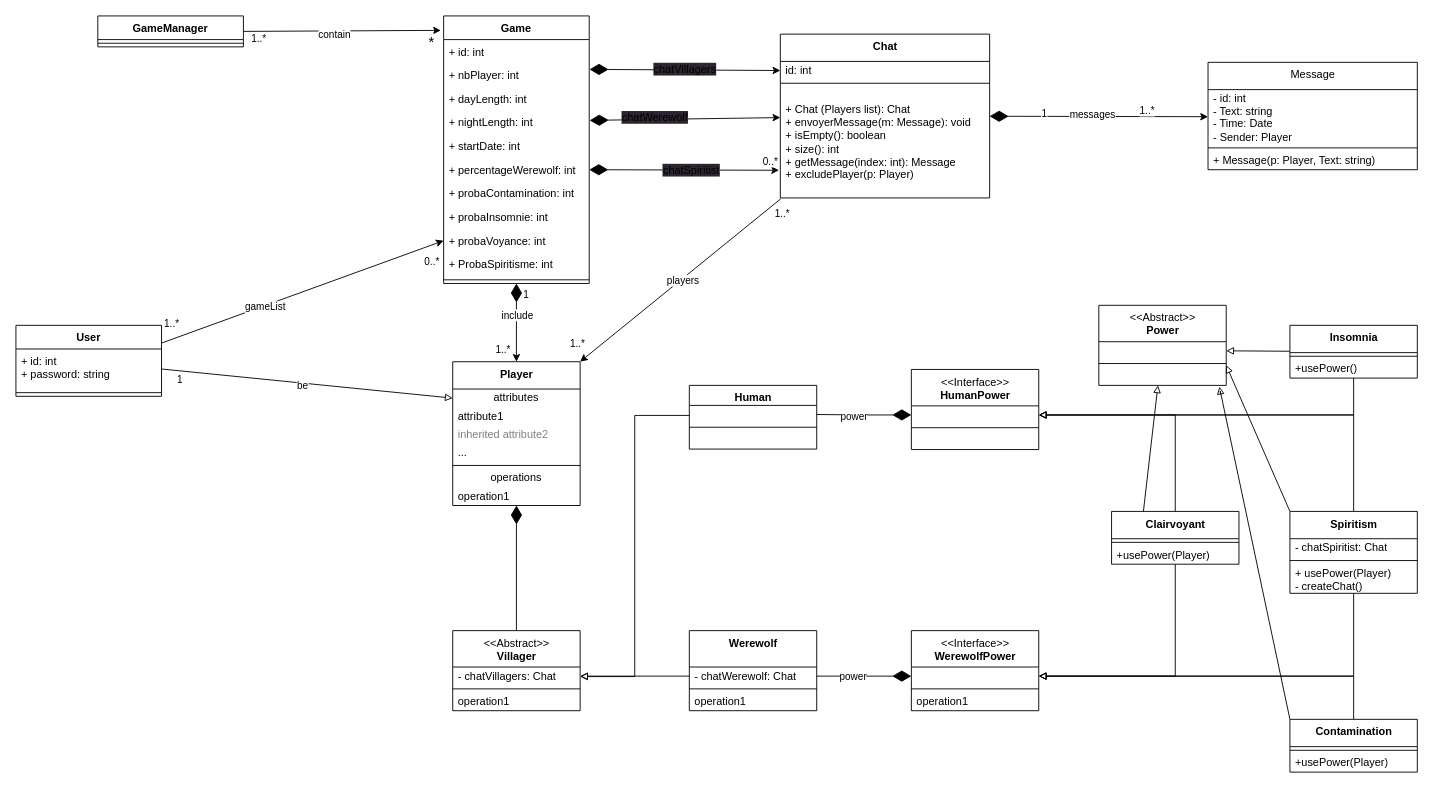
Before: documentation/server/diagramme_de_classes_jeu.drawio in gfhuth/werewolf, a draw.io diagram. Source tidied: cells renumbered, new cells numbered last; positions are measured from the earlier drawing's top-left corner, leaving out a move shared by most shapes. Both pictures are drawn from the tidied source at 91%, with x=0, y=0 at pixel (15, 15).
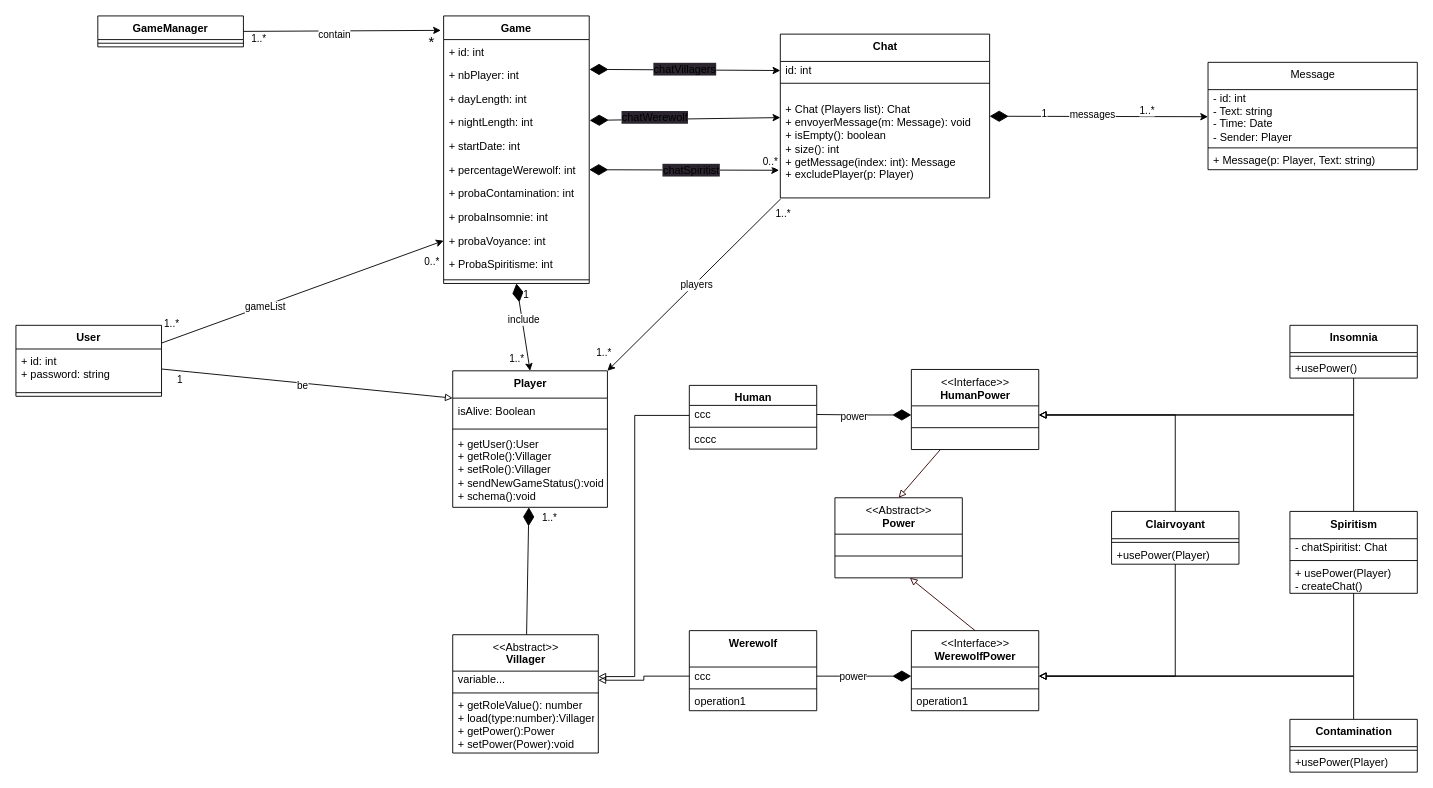
The same diagram, later.

Commit message (it also covers changes not shown here):
modification du diagramme de classe

The change refers to these unchanged cells:
```xml
<mxCell id="32" value="+ id: int&#10;+ password: string" style="text;strokeColor=none;fillColor=none;align=left;verticalAlign=top;spacingLeft=4;spacingRight=4;overflow=hidden;points=[[0,0.5],[1,0.5]];portConstraint=eastwest;" parent="31" vertex="1">
  <mxGeometry y="26" width="160" height="44" as="geometry" />
</mxCell>
<mxCell id="59" value="&lt;b&gt;Clairvoyant&lt;/b&gt;" style="swimlane;fontStyle=0;align=center;verticalAlign=top;horizontal=1;startSize=30;html=1;" parent="1" vertex="1">
  <mxGeometry x="1204" y="544.5" width="140" height="58" as="geometry" />
</mxCell>
<mxCell id="74" value="&lt;b class=&quot;b5&quot;&gt;Spiritism&lt;/b&gt;" style="swimlane;fontStyle=0;align=center;verticalAlign=top;horizontal=1;startSize=30;html=1;" parent="1" vertex="1">
  <mxGeometry x="1400" y="544.5" width="140" height="90" as="geometry" />
</mxCell>
<mxCell id="80" value="&amp;lt;&amp;lt;Interface&amp;gt;&amp;gt;&lt;br&gt;&lt;b&gt;HumanPower&lt;/b&gt;" style="swimlane;fontStyle=0;align=center;verticalAlign=top;horizontal=1;startSize=40;html=1;strokeColor=default;" parent="1" vertex="1">
  <mxGeometry x="984" y="388.5" width="140" height="88" as="geometry" />
</mxCell>
<mxCell id="84" value="&amp;lt;&amp;lt;Interface&amp;gt;&amp;gt;&lt;br&gt;&lt;b&gt;WerewolfPower&lt;/b&gt;" style="swimlane;fontStyle=0;align=center;verticalAlign=top;horizontal=1;startSize=40;html=1;strokeColor=default;" parent="1" vertex="1">
  <mxGeometry x="984" y="675.5" width="140" height="88" as="geometry" />
</mxCell>
<mxCell id="94" value="&lt;b class=&quot;b5&quot;&gt;Contamination&lt;/b&gt;&lt;b class=&quot;b4&quot;&gt;&lt;/b&gt;" style="swimlane;fontStyle=0;align=center;verticalAlign=top;horizontal=1;startSize=30;html=1;" parent="1" vertex="1">
  <mxGeometry x="1400" y="773" width="140" height="58" as="geometry" />
</mxCell>
<mxCell id="99" value="&lt;strong&gt;Insomnia&lt;br&gt;&lt;/strong&gt;" style="swimlane;fontStyle=0;align=center;verticalAlign=top;horizontal=1;startSize=30;html=1;" parent="1" vertex="1">
  <mxGeometry x="1400" y="340" width="140" height="58" as="geometry" />
</mxCell>
<mxCell id="102" value="&lt;b&gt;Werewolf&lt;/b&gt;" style="swimlane;fontStyle=0;align=center;verticalAlign=top;horizontal=1;startSize=40;html=1;strokeColor=default;" parent="1" vertex="1">
  <mxGeometry x="740" y="675.5" width="140" height="88" as="geometry" />
</mxCell>
<mxCell id="107" value="&lt;b&gt;Human&lt;/b&gt;" style="swimlane;fontStyle=0;align=center;verticalAlign=top;horizontal=1;startSize=22;html=1;strokeColor=default;" parent="1" vertex="1">
  <mxGeometry x="740" y="406" width="140" height="70" as="geometry" />
</mxCell>
<mxCell id="115" value="&amp;nbsp;" style="text;html=1;strokeColor=none;fillColor=none;align=left;verticalAlign=middle;spacingLeft=4;spacingRight=4;overflow=hidden;points=[[0,0.5],[1,0.5]];portConstraint=eastwest;" parent="114" vertex="1">
  <mxGeometry y="40" width="140" height="20" as="geometry" />
</mxCell>
<mxCell id="117" value="&amp;nbsp;" style="text;html=1;strokeColor=none;fillColor=none;align=left;verticalAlign=middle;spacingLeft=4;spacingRight=4;overflow=hidden;points=[[0,0.5],[1,0.5]];portConstraint=eastwest;" parent="114" vertex="1">
  <mxGeometry y="68" width="140" height="20" as="geometry" />
</mxCell>
```

What changed in the source:
```diff
@@
-    <mxCell id="10" style="edgeStyle=none;html=1;exitX=1;exitY=0.5;exitDx=0;exitDy=0;entryX=0;entryY=0.5;entryDx=0;entryDy=0;fontSize=11;endArrow=block;endFill=0;" parent="1" edge="1" source="32" target="64">
-      <mxGeometry relative="1" as="geometry" />
+    <mxCell id="10" style="edgeStyle=none;html=1;exitX=1;exitY=0.5;exitDx=0;exitDy=0;entryX=0;entryY=0.5;entryDx=0;entryDy=0;fontSize=11;endArrow=block;endFill=0;" parent="1" edge="1" source="32">
+      <mxGeometry relative="1" as="geometry">
+        <mxPoint x="480" y="420" as="targetPoint" />
+      </mxGeometry>
     </mxCell>
@@
-    <mxCell id="58" style="edgeStyle=none;html=1;exitX=0.25;exitY=0;exitDx=0;exitDy=0;endArrow=block;endFill=0;" parent="1" edge="1" source="59" target="114">
-      <mxGeometry relative="1" as="geometry" />
-    </mxCell>
@@
     <mxCell id="63" value="&lt;b&gt;Player&lt;br&gt;&lt;/b&gt;" style="swimlane;fontStyle=0;align=center;verticalAlign=top;horizontal=1;startSize=30;html=1;strokeColor=default;" parent="1" vertex="1">
-      <mxGeometry x="480" y="380" width="140" height="158" as="geometry" />
+      <mxGeometry x="480" y="390" width="170" height="150" as="geometry" />
     </mxCell>
-    <mxCell id="64" value="attributes" style="text;html=1;strokeColor=none;fillColor=none;align=center;verticalAlign=middle;spacingLeft=4;spacingRight=4;overflow=hidden;points=[[0,0.5],[1,0.5]];portConstraint=eastwest;" parent="63" vertex="1">
-      <mxGeometry y="30" width="140" height="20" as="geometry" />
-    </mxCell>
-    <mxCell id="65" value="attribute1" style="text;html=1;strokeColor=none;fillColor=none;align=left;verticalAlign=middle;spacingLeft=4;spacingRight=4;overflow=hidden;" parent="63" vertex="1">
-      <mxGeometry y="50" width="140" height="20" as="geometry" />
+    <mxCell id="65" value="isAlive: Boolean" style="text;html=1;strokeColor=none;fillColor=none;align=left;verticalAlign=middle;spacingLeft=4;spacingRight=4;overflow=hidden;" parent="63" vertex="1">
+      <mxGeometry y="30" width="170" height="30" as="geometry" />
     </mxCell>
-    <mxCell id="66" value="inherited attribute2" style="text;html=1;strokeColor=none;fillColor=none;align=left;verticalAlign=middle;spacingLeft=4;spacingRight=4;overflow=hidden;fontColor=#808080;" parent="63" vertex="1">
-      <mxGeometry y="70" width="140" height="20" as="geometry" />
-    </mxCell>
-    <mxCell id="67" value="..." style="text;html=1;strokeColor=none;fillColor=none;align=left;verticalAlign=middle;spacingLeft=4;spacingRight=4;overflow=hidden;" parent="63" vertex="1">
-      <mxGeometry y="90" width="140" height="20" as="geometry" />
-    </mxCell>
     <mxCell id="68" style="line;strokeWidth=1;fillColor=none;align=left;verticalAlign=middle;spacingTop=-1;spacingLeft=3;spacingRight=3;labelPosition=right;strokeColor=default;" parent="63" vertex="1">
-      <mxGeometry y="110" width="140" height="8" as="geometry" />
+      <mxGeometry y="60" width="170" height="8" as="geometry" />
     </mxCell>
-    <mxCell id="69" value="operations" style="text;html=1;strokeColor=none;fillColor=none;align=center;verticalAlign=middle;spacingLeft=4;spacingRight=4;overflow=hidden;" parent="63" vertex="1">
-      <mxGeometry y="118" width="140" height="20" as="geometry" />
-    </mxCell>
-    <mxCell id="70" value="operation1" style="text;html=1;strokeColor=none;fillColor=none;align=left;verticalAlign=middle;spacingLeft=4;spacingRight=4;overflow=hidden;" parent="63" vertex="1">
-      <mxGeometry y="138" width="140" height="20" as="geometry" />
+    <mxCell id="70" value="+ getUser():User&lt;br&gt;+ getRole():Villager&lt;br&gt;+ setRole():Villager&lt;br&gt;+ sendNewGameStatus():void&lt;br&gt;+ schema():void" style="text;html=1;strokeColor=none;fillColor=none;align=left;verticalAlign=middle;spacingLeft=4;spacingRight=4;overflow=hidden;" parent="63" vertex="1">
+      <mxGeometry y="68" width="170" height="82" as="geometry" />
     </mxCell>
@@
-    <mxCell id="73" style="edgeStyle=none;html=1;exitX=0;exitY=0;exitDx=0;exitDy=0;entryX=1;entryY=0.75;entryDx=0;entryDy=0;endArrow=block;endFill=0;" parent="1" edge="1" source="74" target="114">
-      <mxGeometry relative="1" as="geometry" />
-    </mxCell>
@@
+    <mxCell id="118" style="edgeStyle=none;html=1;strokeColor=#FFFFFF;endArrow=block;endFill=0;entryX=0.457;entryY=-0.028;entryDx=0;entryDy=0;entryPerimeter=0;" parent="1" edge="1" source="80" target="114">
+      <mxGeometry relative="1" as="geometry" />
+    </mxCell>
+    <mxCell id="119" style="edgeStyle=none;html=1;entryX=0.5;entryY=0;entryDx=0;entryDy=0;strokeColor=#330000;endArrow=block;endFill=0;fillColor=#f8cecc;gradientColor=#ea6b66;" parent="1" edge="1" source="80" target="114">
+      <mxGeometry relative="1" as="geometry" />
+    </mxCell>
@@
     <mxCell id="88" value="&amp;lt;&amp;lt;Abstract&amp;gt;&amp;gt;&lt;br&gt;&lt;b&gt;Villager&lt;/b&gt;" style="swimlane;fontStyle=0;align=center;verticalAlign=top;horizontal=1;startSize=40;html=1;strokeColor=default;" parent="1" vertex="1">
-      <mxGeometry x="480" y="675.5" width="140" height="88" as="geometry" />
+      <mxGeometry x="480" y="680" width="160" height="130" as="geometry" />
     </mxCell>
-    <mxCell id="89" value="- chatVillagers: Chat" style="text;html=1;strokeColor=none;fillColor=none;align=left;verticalAlign=middle;spacingLeft=4;spacingRight=4;overflow=hidden;points=[[0,0.5],[1,0.5]];portConstraint=eastwest;" parent="88" vertex="1">
-      <mxGeometry y="40" width="140" height="20" as="geometry" />
+    <mxCell id="89" value="variable..." style="text;html=1;strokeColor=none;fillColor=none;align=left;verticalAlign=middle;spacingLeft=4;spacingRight=4;overflow=hidden;points=[[0,0.5],[1,0.5]];portConstraint=eastwest;" parent="88" vertex="1">
+      <mxGeometry y="40" width="160" height="20" as="geometry" />
     </mxCell>
     <mxCell id="90" style="line;strokeWidth=1;fillColor=none;align=left;verticalAlign=middle;spacingTop=-1;spacingLeft=3;spacingRight=3;labelPosition=right;strokeColor=default;" parent="88" vertex="1">
-      <mxGeometry y="60" width="140" height="8" as="geometry" />
+      <mxGeometry y="60" width="160" height="8" as="geometry" />
     </mxCell>
-    <mxCell id="91" value="operation1" style="text;html=1;strokeColor=none;fillColor=none;align=left;verticalAlign=middle;spacingLeft=4;spacingRight=4;overflow=hidden;" parent="88" vertex="1">
-      <mxGeometry y="68" width="140" height="20" as="geometry" />
+    <mxCell id="91" value="+ getRoleValue(): number&lt;br&gt;+ load(type:number):Villager&lt;br&gt;+ getPower():Power&lt;br&gt;+ setPower(Power):void" style="text;html=1;strokeColor=none;fillColor=none;align=left;verticalAlign=middle;spacingLeft=4;spacingRight=4;overflow=hidden;" parent="88" vertex="1">
+      <mxGeometry y="68" width="160" height="62" as="geometry" />
     </mxCell>
@@
-    <mxCell id="93" style="edgeStyle=none;html=1;exitX=0;exitY=0;exitDx=0;exitDy=0;entryX=0.947;entryY=1.072;entryDx=0;entryDy=0;entryPerimeter=0;endArrow=block;endFill=0;" parent="1" edge="1" source="94" target="117">
-      <mxGeometry relative="1" as="geometry">
-        <Array as="points">
-          <mxPoint x="1323" y="410" />
-        </Array>
-      </mxGeometry>
-    </mxCell>
@@
-    <mxCell id="98" style="edgeStyle=none;html=1;entryX=1;entryY=0.5;entryDx=0;entryDy=0;endArrow=block;endFill=0;" parent="1" edge="1" source="99" target="115">
-      <mxGeometry relative="1" as="geometry" />
-    </mxCell>
@@
-    <mxCell id="103" value="&lt;span style=&quot;text-align: center;&quot;&gt;-&amp;nbsp;&lt;/span&gt;&lt;span style=&quot;text-align: center;&quot;&gt;chatWerewolf: Chat&lt;/span&gt;" style="text;html=1;strokeColor=none;fillColor=none;align=left;verticalAlign=middle;spacingLeft=4;spacingRight=4;overflow=hidden;points=[[0,0.5],[1,0.5]];portConstraint=eastwest;" parent="102" vertex="1">
+    <mxCell id="103" value="&lt;div style=&quot;text-align: center;&quot;&gt;&lt;span style=&quot;background-color: initial;&quot;&gt;ccc&lt;/span&gt;&lt;/div&gt;" style="text;html=1;strokeColor=none;fillColor=none;align=left;verticalAlign=middle;spacingLeft=4;spacingRight=4;overflow=hidden;points=[[0,0.5],[1,0.5]];portConstraint=eastwest;" parent="102" vertex="1">
       <mxGeometry y="40" width="140" height="20" as="geometry" />
     </mxCell>
@@
-    <mxCell id="108" value="&amp;nbsp;" style="text;html=1;strokeColor=none;fillColor=none;align=left;verticalAlign=middle;spacingLeft=4;spacingRight=4;overflow=hidden;points=[[0,0.5],[1,0.5]];portConstraint=eastwest;" parent="107" vertex="1">
+    <mxCell id="108" value="ccc" style="text;html=1;strokeColor=none;fillColor=none;align=left;verticalAlign=middle;spacingLeft=4;spacingRight=4;overflow=hidden;points=[[0,0.5],[1,0.5]];portConstraint=eastwest;" parent="107" vertex="1">
       <mxGeometry y="22" width="140" height="20" as="geometry" />
     </mxCell>
@@
-    <mxCell id="110" value="&amp;nbsp;" style="text;html=1;strokeColor=none;fillColor=none;align=left;verticalAlign=middle;spacingLeft=4;spacingRight=4;overflow=hidden;" parent="107" vertex="1">
+    <mxCell id="110" value="cccc" style="text;html=1;strokeColor=none;fillColor=none;align=left;verticalAlign=middle;spacingLeft=4;spacingRight=4;overflow=hidden;" parent="107" vertex="1">
       <mxGeometry y="50" width="140" height="20" as="geometry" />
     </mxCell>
@@
     <mxCell id="114" value="&amp;lt;&amp;lt;Abstract&amp;gt;&amp;gt;&lt;br&gt;&lt;b&gt;Power&lt;/b&gt;" style="swimlane;fontStyle=0;align=center;verticalAlign=top;horizontal=1;startSize=40;html=1;strokeColor=default;" parent="1" vertex="1">
-      <mxGeometry x="1190" y="318" width="140" height="88" as="geometry" />
+      <mxGeometry x="900" y="529.5" width="140" height="88" as="geometry" />
     </mxCell>
@@
+    <mxCell id="120" style="edgeStyle=none;html=1;strokeColor=#330000;endArrow=block;endFill=0;fillColor=#f8cecc;gradientColor=#ea6b66;exitX=0.5;exitY=0;exitDx=0;exitDy=0;" parent="1" edge="1" source="84" target="117">
+      <mxGeometry relative="1" as="geometry" />
+    </mxCell>
+    <mxCell id="121" value="1..*" style="edgeLabel;html=1;align=right;verticalAlign=bottom;" parent="1" vertex="1">
+      <mxGeometry x="590" y="560" as="geometry">
+        <mxPoint x="5" as="offset" />
+      </mxGeometry>
+    </mxCell>
```
